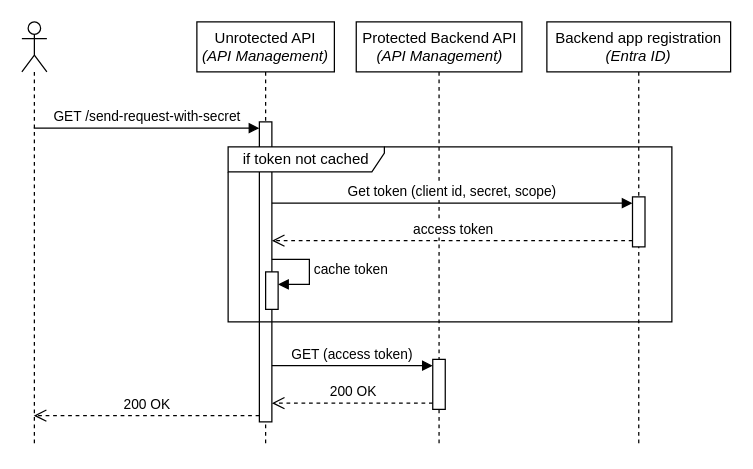
Earlier version of the draw.io diagram page "send-request-with-secret" (4 of 8) of images/diagrams.drawio (ronaldbosma/call-apim-backend-with-oauth). Source tidied: cells renumbered, new cells numbered last; positions are measured from the earlier drawing's top-left corner, leaving out a move shared by most shapes. Both pictures are drawn from the tidied source at 125%, with x=0, y=0 at pixel (21, 21).
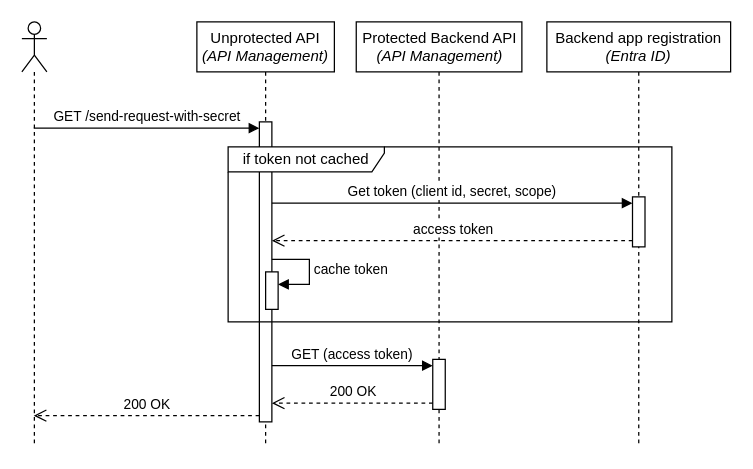
After the change.

The edit, as a diff of the source:
```diff
@@
-    <mxCell id="7" value="Unrotected API&lt;div&gt;&lt;i&gt;(API Management)&lt;/i&gt;&lt;/div&gt;" style="shape=umlLifeline;perimeter=lifelinePerimeter;whiteSpace=wrap;html=1;newEdgeStyle={&quot;curved&quot;:0,&quot;rounded&quot;:0};" parent="1" vertex="1">
+    <mxCell id="7" value="Unprotected API&lt;div&gt;&lt;i&gt;(API Management)&lt;/i&gt;&lt;/div&gt;" style="shape=umlLifeline;perimeter=lifelinePerimeter;whiteSpace=wrap;html=1;newEdgeStyle={&quot;curved&quot;:0,&quot;rounded&quot;:0};" parent="1" vertex="1">
       <mxGeometry x="140" width="110" height="340" as="geometry" />
     </mxCell>
```
